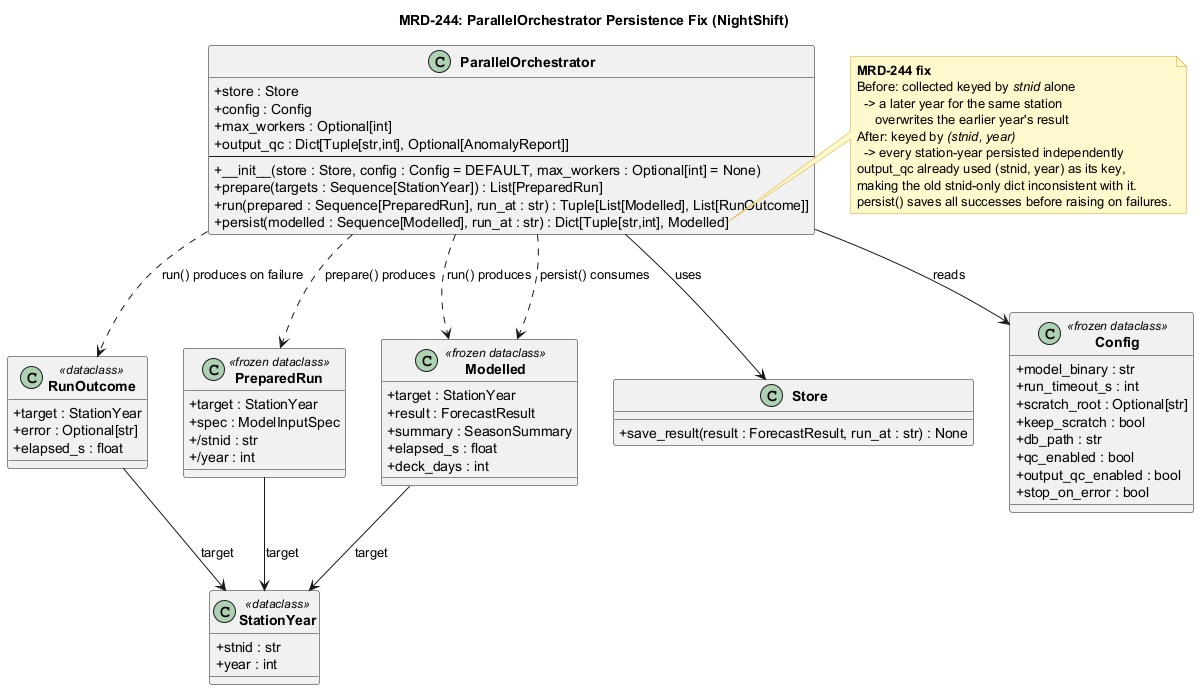
This is docs/uml/mrd244_parallel_orchestrator.png from johnakinyemi-teaching/meridian-release, a PlantUML export, as it was before one commit.
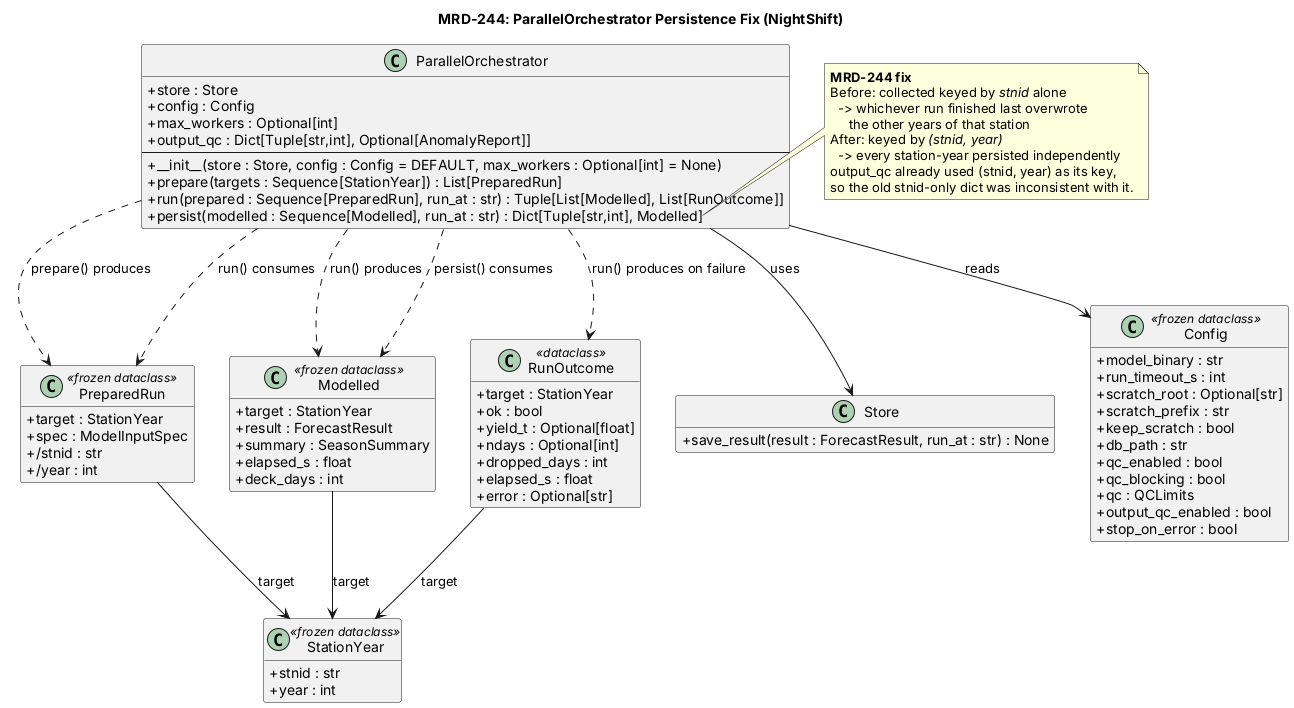
After the commit.

Commit message:
Fixed parallel_orchestrator uml diagram

The edit, as a diff of the source:
```diff
@@ -1,84 +1,88 @@
-@startuml mrd244_parallel_orchestrator
+@startuml
 title MRD-244: ParallelOrchestrator Persistence Fix (NightShift)
-
 skinparam classAttributeIconSize 0
-skinparam classFontStyle bold
-skinparam noteBackgroundColor #FFFACD
-skinparam noteBorderColor #DAA520
+hide empty members
 
 class ParallelOrchestrator {
-  + store : Store
-  + config : Config
-  + max_workers : Optional[int]
-  + output_qc : Dict[Tuple[str,int], Optional[AnomalyReport]]
+  +store : Store
+  +config : Config
+  +max_workers : Optional[int]
+  +output_qc : Dict[Tuple[str,int], Optional[AnomalyReport]]
   --
-  + __init__(store : Store, config : Config = DEFAULT, max_workers : Optional[int] = None)
-  + prepare(targets : Sequence[StationYear]) : List[PreparedRun]
-  + run(prepared : Sequence[PreparedRun], run_at : str) : Tuple[List[Modelled], List[RunOutcome]]
-  + persist(modelled : Sequence[Modelled], run_at : str) : Dict[Tuple[str,int], Modelled]
-}
-
-note right of ParallelOrchestrator::persist
-  <b>MRD-244 fix</b>
-  Before: collected keyed by <i>stnid</i> alone
-    -> a later year for the same station
-       overwrites the earlier year's result
-  After: keyed by <i>(stnid, year)</i>
-    -> every station-year persisted independently
-  output_qc already used (stnid, year) as its key,
-  making the old stnid-only dict inconsistent with it.
-  persist() saves all successes before raising on failures.
-end note
-
-class RunOutcome <<dataclass>> {
-  + target : StationYear
-  + error : Optional[str]
-  + elapsed_s : float
+  +__init__(store : Store, config : Config = DEFAULT, max_workers : Optional[int] = None)
+  +prepare(targets : Sequence[StationYear]) : List[PreparedRun]
+  +run(prepared : Sequence[PreparedRun], run_at : str) : Tuple[List[Modelled], List[RunOutcome]]
+  +persist(modelled : Sequence[Modelled], run_at : str) : Dict[Tuple[str,int], Modelled]
 }
 
 class PreparedRun <<frozen dataclass>> {
-  + target : StationYear
-  + spec : ModelInputSpec
-  + /stnid : str
-  + /year : int
+  +target : StationYear
+  +spec : ModelInputSpec
+  +/stnid : str
+  +/year : int
 }
 
 class Modelled <<frozen dataclass>> {
-  + target : StationYear
-  + result : ForecastResult
-  + summary : SeasonSummary
-  + elapsed_s : float
-  + deck_days : int
+  +target : StationYear
+  +result : ForecastResult
+  +summary : SeasonSummary
+  +elapsed_s : float
+  +deck_days : int
 }
 
-class StationYear <<dataclass>> {
-  + stnid : str
-  + year : int
+class RunOutcome <<dataclass>> {
+  +target : StationYear
+  +ok : bool
+  +yield_t : Optional[float]
+  +ndays : Optional[int]
+  +dropped_days : int
+  +elapsed_s : float
+  +error : Optional[str]
+}
+
+class StationYear <<frozen dataclass>> {
+  +stnid : str
+  +year : int
 }
 
 class Store {
-  + save_result(result : ForecastResult, run_at : str) : None
+  +save_result(result : ForecastResult, run_at : str) : None
 }
 
 class Config <<frozen dataclass>> {
-  + model_binary : str
-  + run_timeout_s : int
-  + scratch_root : Optional[str]
-  + keep_scratch : bool
-  + db_path : str
-  + qc_enabled : bool
-  + output_qc_enabled : bool
-  + stop_on_error : bool
+  +model_binary : str
+  +run_timeout_s : int
+  +scratch_root : Optional[str]
+  +scratch_prefix : str
+  +keep_scratch : bool
+  +db_path : str
+  +qc_enabled : bool
+  +qc_blocking : bool
+  +qc : QCLimits
+  +output_qc_enabled : bool
+  +stop_on_error : bool
 }
 
+ParallelOrchestrator ..> PreparedRun : prepare() produces
+ParallelOrchestrator ..> PreparedRun : run() consumes
+ParallelOrchestrator ..> Modelled : run() produces
+ParallelOrchestrator ..> Modelled : persist() consumes
+ParallelOrchestrator ..> RunOutcome : run() produces on failure
 ParallelOrchestrator --> Store : uses
 ParallelOrchestrator --> Config : reads
-ParallelOrchestrator ..> PreparedRun : prepare() produces
-ParallelOrchestrator ..> Modelled : run() produces
-ParallelOrchestrator ..> RunOutcome : run() produces on failure
-ParallelOrchestrator ..> Modelled : persist() consumes
+
+PreparedRun --> StationYear : target
 Modelled --> StationYear : target
-PreparedRun --> StationYear : target
 RunOutcome --> StationYear : target
 
+note right of ParallelOrchestrator::persist
+  **MRD-244 fix**
+  Before: collected keyed by //stnid// alone
+    -> whichever run finished last overwrote
+       the other years of that station
+  After: keyed by //(stnid, year)//
+    -> every station-year persisted independently
+  output_qc already used (stnid, year) as its key,
+  so the old stnid-only dict was inconsistent with it.
+end note
 @enduml
```
